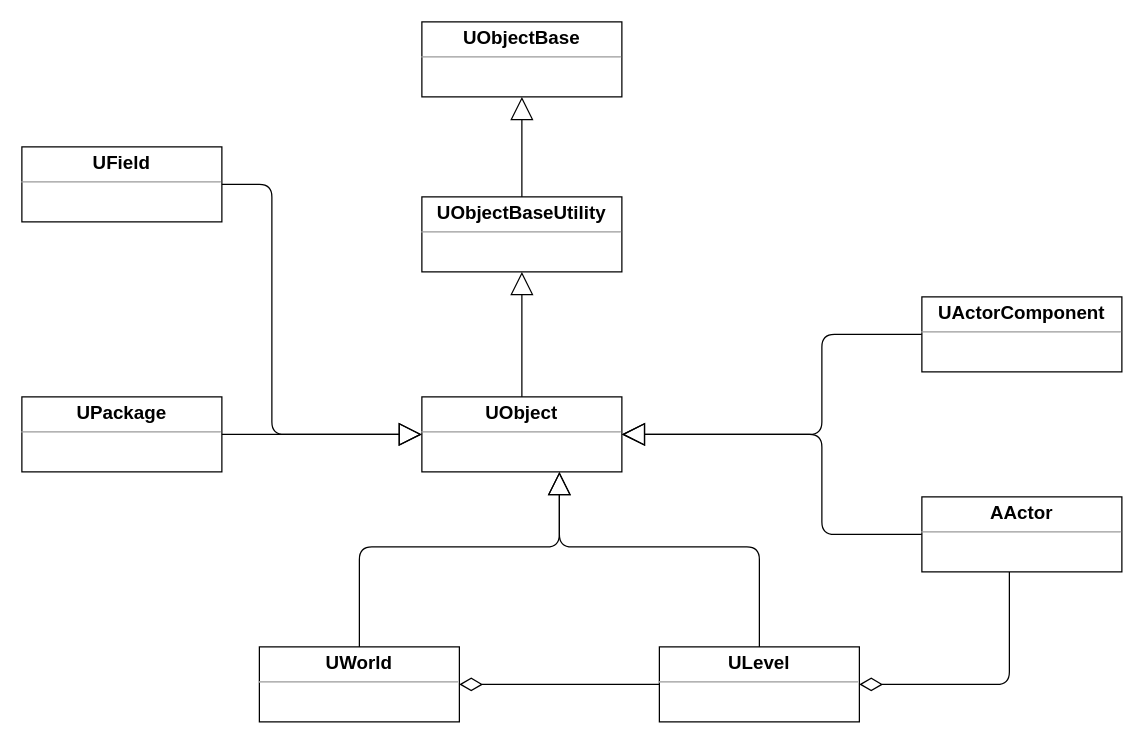
The draw.io diagram page "对象类层次结构图" (1 of 18) of UE-InsightSource.drawio in phileas2020/Notes, before the edit. Source tidied: cells renumbered, new cells numbered last; positions are measured from the earlier drawing's top-left corner, leaving out a move shared by most shapes. Both pictures are drawn from the tidied source at 125%, with x=0, y=0 at pixel (21, 21).
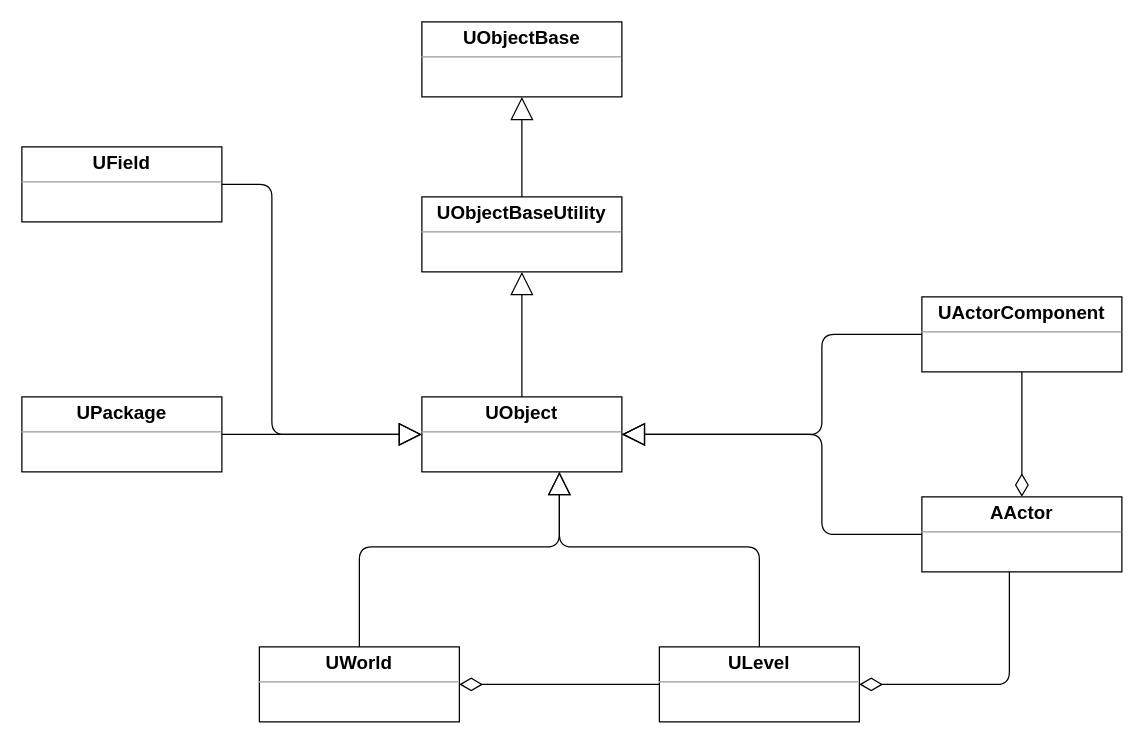
The same diagram, later.

Unchanged cells that the change refers to:
```xml
<mxCell id="14" value="&lt;p style=&quot;margin: 0px ; margin-top: 4px ; text-align: center&quot;&gt;&lt;span style=&quot;font-size: 15px&quot;&gt;&lt;b&gt;UActorComponent&lt;/b&gt;&lt;/span&gt;&lt;/p&gt;&lt;hr size=&quot;1&quot;&gt;&lt;p style=&quot;margin: 0px ; margin-left: 4px&quot;&gt;&lt;br&gt;&lt;/p&gt;&lt;p style=&quot;margin: 0px ; margin-left: 4px&quot;&gt;&lt;br&gt;&lt;/p&gt;" style="verticalAlign=top;align=left;overflow=fill;fontSize=12;fontFamily=Helvetica;html=1;fillColor=default;" parent="1" vertex="1">
  <mxGeometry x="720" y="220" width="160" height="60" as="geometry" />
</mxCell>
```

Diff of the diagram source:
```diff
@@
+    <mxCell id="21" style="edgeStyle=orthogonalEdgeStyle;rounded=1;jettySize=auto;html=1;fontFamily=Comic Sans MS;fontSize=15;startArrow=none;startFill=0;endArrow=diamondThin;endFill=0;startSize=16;endSize=16;" parent="1" edge="1" source="14">
+      <mxGeometry relative="1" as="geometry">
+        <mxPoint x="800" y="380" as="targetPoint" />
+        <Array as="points">
+          <mxPoint x="800" y="360" />
+          <mxPoint x="800" y="360" />
+        </Array>
+      </mxGeometry>
+    </mxCell>
```
